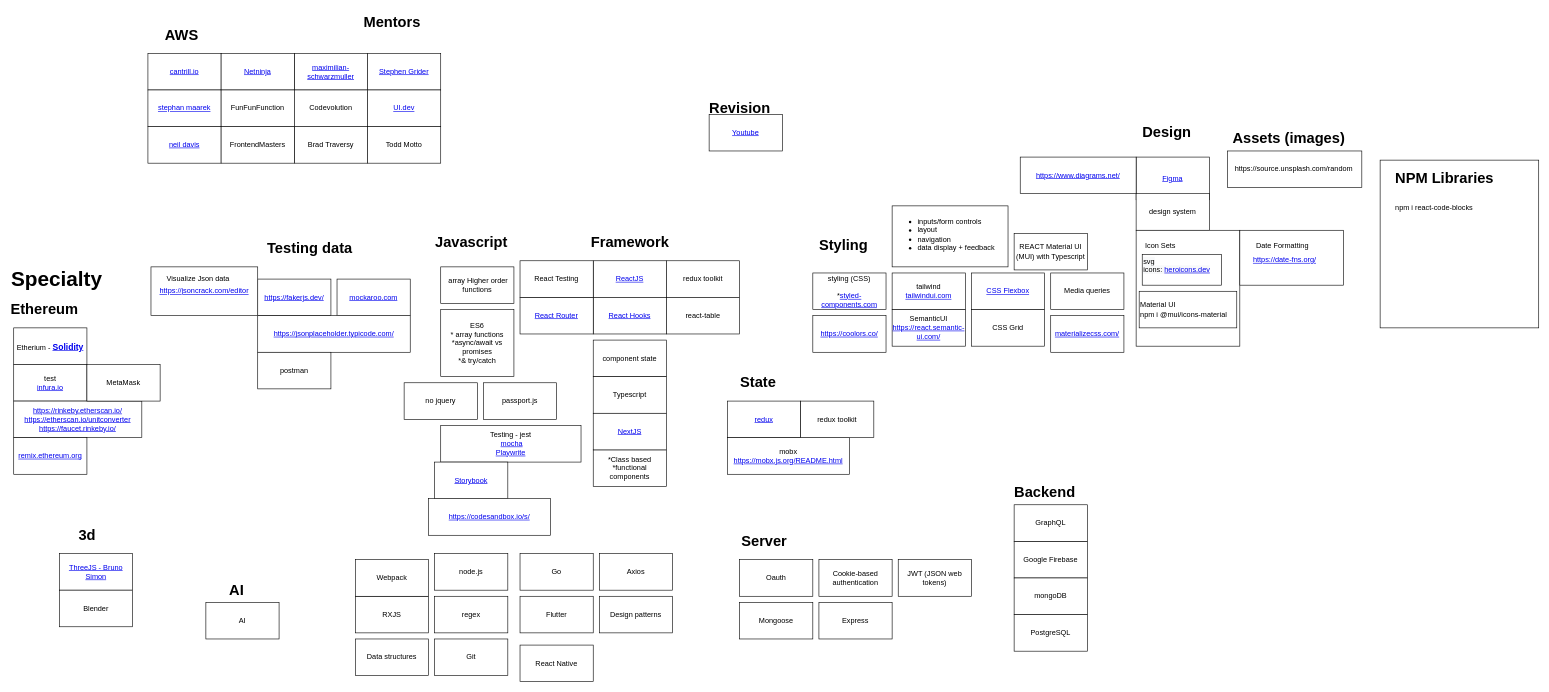
Earlier version of the draw.io diagram techstack.drawio (swagfinger/swagfinger-diagrams). Source tidied: cells renumbered, new cells numbered last; positions are measured from the earlier drawing's top-left corner, leaving out a move shared by most shapes. Both pictures are drawn from the tidied source at 61%, with x=0, y=0 at pixel (13, 10).
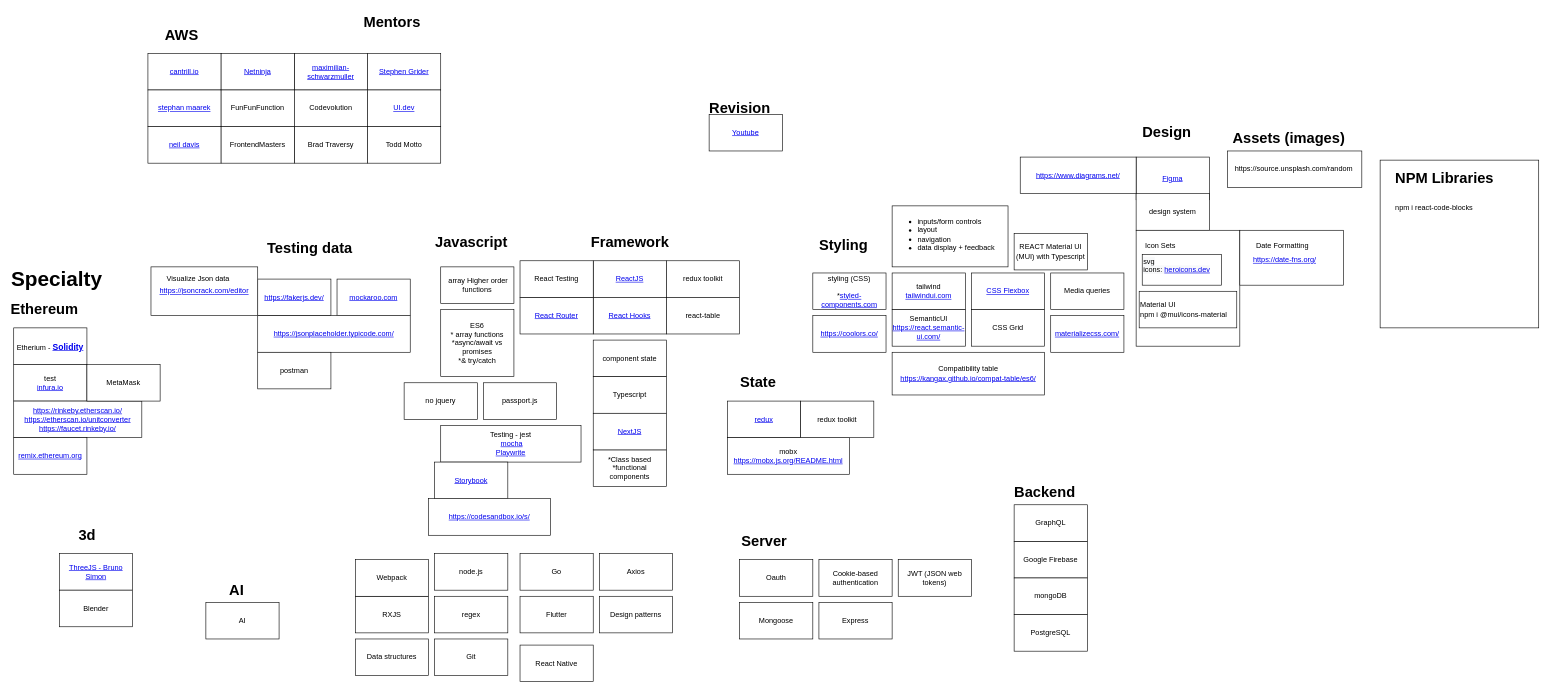
The same diagram, later.

Commit message (it also covers changes not shown here):
techstack-project setup flow

The edit, as a diff of the source:
```diff
@@
+    <mxCell id="110" value="Compatibility table&lt;br&gt;&lt;a href=&quot;https://kangax.github.io/compat-table/es6/&quot;&gt;https://kangax.github.io/compat-table/es6/&lt;/a&gt;" style="rounded=0;whiteSpace=wrap;html=1;" parent="1" vertex="1">
+      <mxGeometry x="1440" y="560" width="250" height="70" as="geometry" />
+    </mxCell>
```
